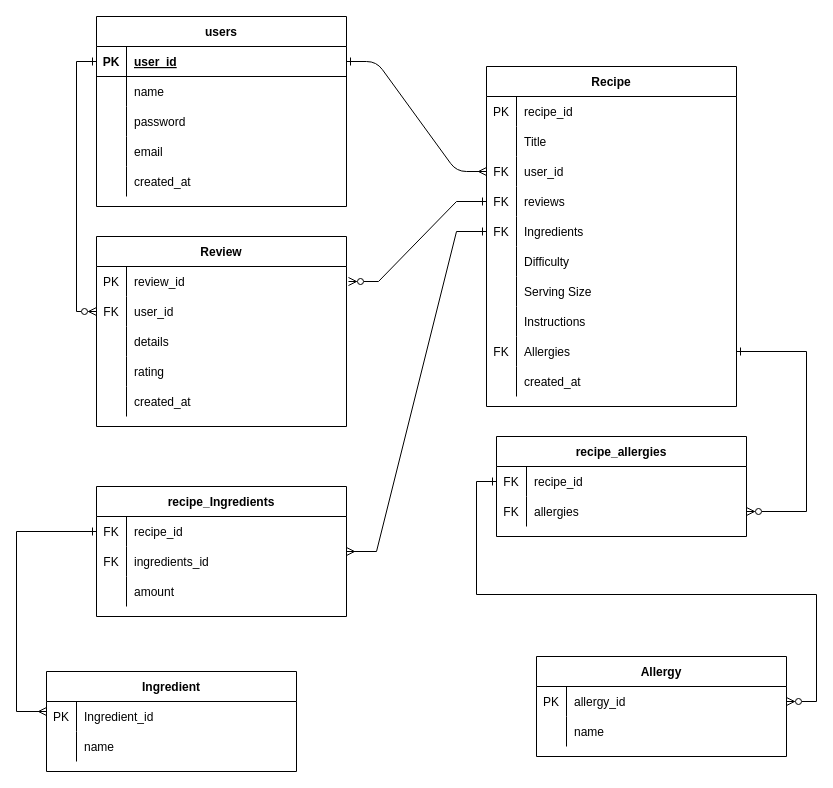
Above: docs/Recipe_api.drawio in BenDavies1218/BenjaminDavies_T2A2 (draw.io), before the change. Source tidied: cells renumbered, new cells numbered last; positions are measured from the earlier drawing's top-left corner, leaving out a move shared by most shapes. Both pictures are drawn from the tidied source at 100%, with x=0, y=0 at pixel (16, 16).
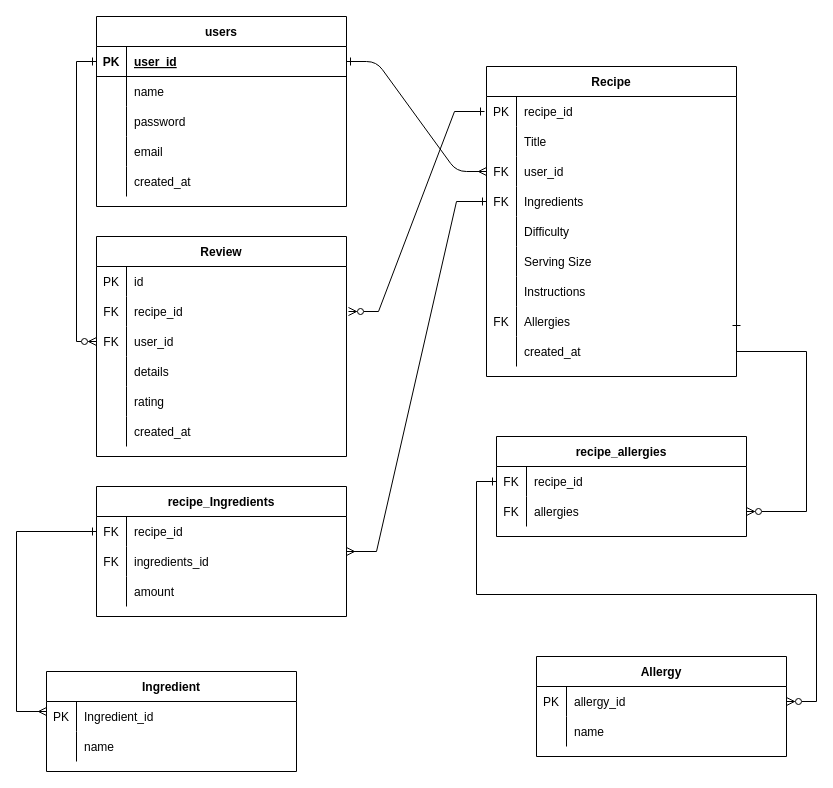
After the change.

The change refers to these unchanged cells:
```xml
<mxCell id="4" style="shape=partialRectangle;fillColor=none;points=[[0,0.5],[1,0.5]];portConstraint=eastwest;top=0;left=0;right=0;bottom=0;perimeterSpacing=2;" parent="3" vertex="1">
  <mxGeometry y="30" width="250" height="30" as="geometry" />
</mxCell>
```

Diff of the diagram source:
```diff
@@
     <mxCell id="3" value="Recipe" style="shape=table;startSize=30;childLayout=tableLayout;rowLines=0;fontStyle=1;align=center;" parent="1" vertex="1">
-      <mxGeometry x="470" y="50" width="250" height="340" as="geometry" />
+      <mxGeometry x="470" y="50" width="250" height="310" as="geometry" />
     </mxCell>
@@
-    <mxCell id="13" style="shape=partialRectangle;fillColor=none;points=[[0,0.5],[1,0.5]];portConstraint=eastwest;top=0;left=0;right=0;bottom=0;" parent="3" vertex="1">
-      <mxGeometry y="120" width="250" height="30" as="geometry" />
-    </mxCell>
-    <mxCell id="14" value="FK" style="shape=partialRectangle;overflow=hidden;fillColor=none;top=0;left=0;bottom=0;right=0;" parent="13" vertex="1">
-      <mxGeometry width="30" height="30" as="geometry" />
-    </mxCell>
-    <mxCell id="15" value="reviews" style="shape=partialRectangle;overflow=hidden;fillColor=none;top=0;left=0;bottom=0;right=0;align=left;spacingLeft=6;" parent="13" vertex="1">
-      <mxGeometry x="30" width="220" height="30" as="geometry" />
-    </mxCell>
     <mxCell id="16" style="shape=partialRectangle;fillColor=none;points=[[0,0.5],[1,0.5]];portConstraint=eastwest;top=0;left=0;right=0;bottom=0;" parent="3" vertex="1">
-      <mxGeometry y="150" width="250" height="30" as="geometry" />
+      <mxGeometry y="120" width="250" height="30" as="geometry" />
     </mxCell>
@@
     <mxCell id="19" style="shape=partialRectangle;fillColor=none;top=0;left=0;right=0;bottom=0;" parent="3" vertex="1">
-      <mxGeometry y="180" width="250" height="30" as="geometry" />
+      <mxGeometry y="150" width="250" height="30" as="geometry" />
     </mxCell>
@@
     <mxCell id="22" style="shape=partialRectangle;fillColor=none;top=0;left=0;right=0;bottom=0;" parent="3" vertex="1">
-      <mxGeometry y="210" width="250" height="30" as="geometry" />
+      <mxGeometry y="180" width="250" height="30" as="geometry" />
     </mxCell>
@@
     <mxCell id="25" style="shape=partialRectangle;fillColor=none;top=0;left=0;right=0;bottom=0;" parent="3" vertex="1">
-      <mxGeometry y="240" width="250" height="30" as="geometry" />
+      <mxGeometry y="210" width="250" height="30" as="geometry" />
     </mxCell>
@@
     <mxCell id="28" style="shape=partialRectangle;fillColor=none;points=[[0,0.5],[1,0.5]];portConstraint=eastwest;top=0;left=0;right=0;bottom=0;" parent="3" vertex="1">
-      <mxGeometry y="270" width="250" height="30" as="geometry" />
+      <mxGeometry y="240" width="250" height="30" as="geometry" />
     </mxCell>
@@
     <mxCell id="31" style="shape=partialRectangle;fillColor=none;top=0;left=0;right=0;bottom=0;" parent="3" vertex="1">
-      <mxGeometry y="300" width="250" height="30" as="geometry" />
+      <mxGeometry y="270" width="250" height="30" as="geometry" />
     </mxCell>
@@
     <mxCell id="51" value="Review" style="shape=table;startSize=30;childLayout=tableLayout;rowLines=0;fontStyle=1;align=center;" parent="1" vertex="1">
-      <mxGeometry x="80" y="220" width="250" height="190" as="geometry" />
+      <mxGeometry x="80" y="220" width="250" height="220" as="geometry" />
     </mxCell>
+    <mxCell id="103" style="shape=partialRectangle;fillColor=none;top=0;left=0;right=0;bottom=0;perimeterSpacing=2;" parent="51" vertex="1">
+      <mxGeometry y="30" width="250" height="30" as="geometry" />
+    </mxCell>
+    <mxCell id="104" value="PK" style="shape=partialRectangle;overflow=hidden;fillColor=none;top=0;left=0;bottom=0;right=0;" parent="103" vertex="1">
+      <mxGeometry width="30" height="30" as="geometry" />
+    </mxCell>
+    <mxCell id="105" value="id" style="shape=partialRectangle;overflow=hidden;fillColor=none;top=0;left=0;bottom=0;right=0;align=left;spacingLeft=6;" parent="103" vertex="1">
+      <mxGeometry x="30" width="220" height="30" as="geometry" />
+    </mxCell>
     <mxCell id="52" style="shape=partialRectangle;fillColor=none;points=[[0,0.5],[1,0.5]];portConstraint=eastwest;top=0;left=0;right=0;bottom=0;perimeterSpacing=2;" parent="51" vertex="1">
-      <mxGeometry y="30" width="250" height="30" as="geometry" />
+      <mxGeometry y="60" width="250" height="30" as="geometry" />
     </mxCell>
-    <mxCell id="53" value="PK" style="shape=partialRectangle;overflow=hidden;fillColor=none;top=0;left=0;bottom=0;right=0;" parent="52" vertex="1">
+    <mxCell id="53" value="FK" style="shape=partialRectangle;overflow=hidden;fillColor=none;top=0;left=0;bottom=0;right=0;" parent="52" vertex="1">
       <mxGeometry width="30" height="30" as="geometry" />
     </mxCell>
-    <mxCell id="54" value="review_id" style="shape=partialRectangle;overflow=hidden;fillColor=none;top=0;left=0;bottom=0;right=0;align=left;spacingLeft=6;" parent="52" vertex="1">
+    <mxCell id="54" value="recipe_id" style="shape=partialRectangle;overflow=hidden;fillColor=none;top=0;left=0;bottom=0;right=0;align=left;spacingLeft=6;" parent="52" vertex="1">
       <mxGeometry x="30" width="220" height="30" as="geometry" />
     </mxCell>
     <mxCell id="55" style="shape=partialRectangle;fillColor=none;points=[[0,0.5],[1,0.5]];portConstraint=eastwest;top=0;left=0;right=0;bottom=0;" parent="51" vertex="1">
-      <mxGeometry y="60" width="250" height="30" as="geometry" />
+      <mxGeometry y="90" width="250" height="30" as="geometry" />
     </mxCell>
@@
     <mxCell id="58" style="shape=partialRectangle;fillColor=none;top=0;left=0;right=0;bottom=0;" parent="51" vertex="1">
-      <mxGeometry y="90" width="250" height="30" as="geometry" />
+      <mxGeometry y="120" width="250" height="30" as="geometry" />
     </mxCell>
@@
     <mxCell id="61" style="shape=partialRectangle;fillColor=none;top=0;left=0;right=0;bottom=0;" parent="51" vertex="1">
-      <mxGeometry y="120" width="250" height="30" as="geometry" />
+      <mxGeometry y="150" width="250" height="30" as="geometry" />
     </mxCell>
@@
     <mxCell id="64" style="shape=partialRectangle;fillColor=none;top=0;left=0;right=0;bottom=0;" parent="51" vertex="1">
-      <mxGeometry y="150" width="250" height="30" as="geometry" />
+      <mxGeometry y="180" width="250" height="30" as="geometry" />
     </mxCell>
@@
-    <mxCell id="67" style="edgeStyle=entityRelationEdgeStyle;rounded=0;jettySize=auto;html=1;exitX=0;exitY=0.5;exitDx=0;exitDy=0;entryX=1;entryY=0.5;entryDx=0;entryDy=0;startArrow=ERone;startFill=0;endArrow=ERzeroToMany;endFill=0;" parent="1" edge="1" source="13" target="52">
+    <mxCell id="67" style="edgeStyle=entityRelationEdgeStyle;rounded=0;jettySize=auto;html=1;exitX=0;exitY=0.5;exitDx=0;exitDy=0;entryX=1;entryY=0.5;entryDx=0;entryDy=0;startArrow=ERone;startFill=0;endArrow=ERzeroToMany;endFill=0;" parent="1" edge="1" source="4" target="52">
       <mxGeometry relative="1" as="geometry" />
     </mxCell>
```
